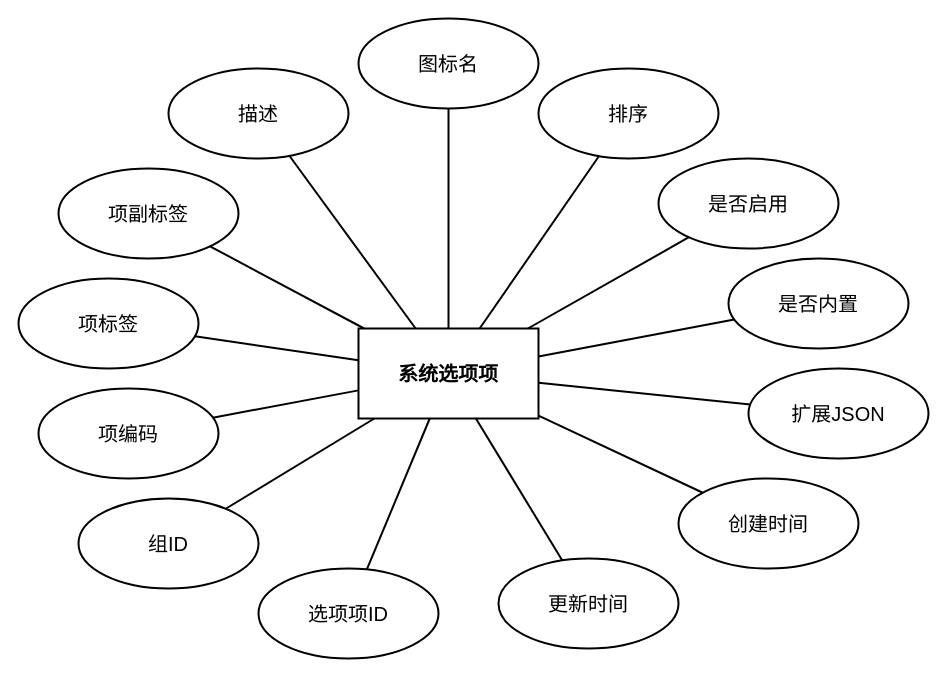
Above: DOCS/architecture-diagrams/sources/实体图/system_option_items/system_option_items_entity.drawio in 612cs/TrailQuest (draw.io), before the change. Source tidied: cells renumbered, new cells numbered last; positions are measured from the earlier drawing's top-left corner, leaving out a move shared by most shapes. Both pictures are drawn from the tidied source at 100%, with x=0, y=0 at pixel (18, 18).
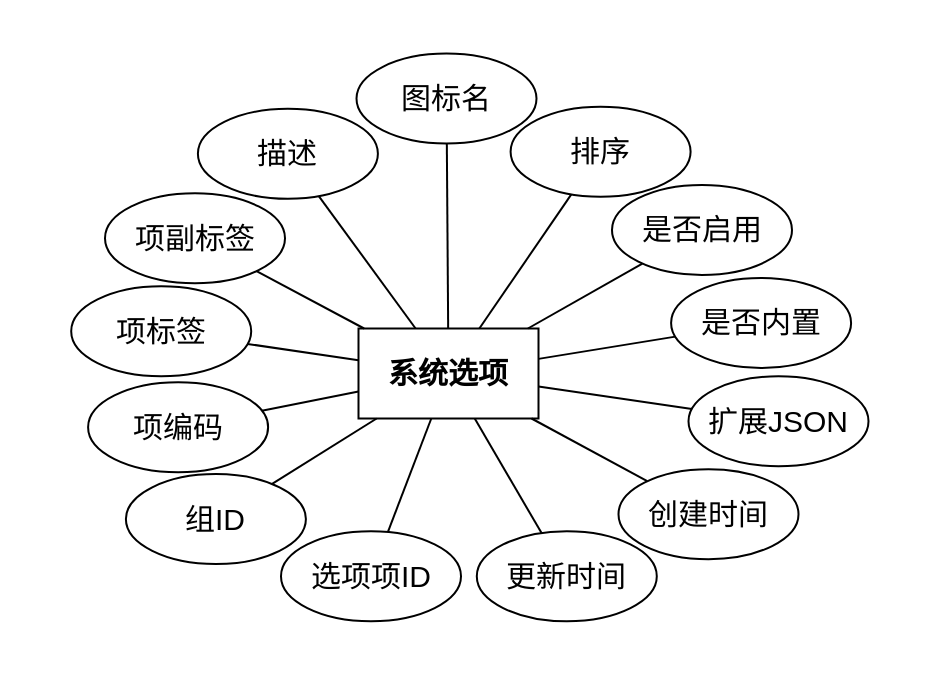
The same diagram, later.

What changed in the source:
```diff
@@
-    <mxCell id="2" value="系统选项项" style="rounded=0;whiteSpace=wrap;html=1;fillColor=none;strokeColor=#000000;fontColor=#000000;fontFamily=Arial;fontSize=20;fontStyle=1;align=center;verticalAlign=middle;strokeWidth=2;gradientColor=none;shadow=0;glass=0;" parent="1" vertex="1">
+    <mxCell id="2" value="系统选项" style="rounded=0;whiteSpace=wrap;html=1;fillColor=none;strokeColor=#000000;fontColor=#000000;fontFamily=Arial;fontSize=30;fontStyle=1;align=center;verticalAlign=middle;strokeWidth=2;gradientColor=none;shadow=0;glass=0;" parent="1" vertex="1">
       <mxGeometry x="340" y="310" width="180" height="90" as="geometry" />
     </mxCell>
-    <mxCell id="3" value="选项项ID" style="ellipse;whiteSpace=wrap;html=1;fillColor=none;strokeColor=#000000;fontColor=#000000;fontFamily=Arial;fontSize=20;align=center;verticalAlign=middle;strokeWidth=2;gradientColor=none;shadow=0;glass=0;" parent="1" vertex="1">
-      <mxGeometry x="240" y="550" width="180" height="90" as="geometry" />
+    <mxCell id="3" value="选项项ID" style="ellipse;whiteSpace=wrap;html=1;fillColor=none;strokeColor=#000000;fontColor=#000000;fontFamily=Arial;fontSize=30;align=center;verticalAlign=middle;strokeWidth=2;gradientColor=none;shadow=0;glass=0;" parent="1" vertex="1">
+      <mxGeometry x="262.5" y="512.8" width="180" height="90" as="geometry" />
     </mxCell>
-    <mxCell id="4" value="组ID" style="ellipse;whiteSpace=wrap;html=1;fillColor=none;strokeColor=#000000;fontColor=#000000;fontFamily=Arial;fontSize=20;align=center;verticalAlign=middle;strokeWidth=2;gradientColor=none;shadow=0;glass=0;" parent="1" vertex="1">
-      <mxGeometry x="60" y="480" width="180" height="90" as="geometry" />
+    <mxCell id="4" value="组ID" style="ellipse;whiteSpace=wrap;html=1;fillColor=none;strokeColor=#000000;fontColor=#000000;fontFamily=Arial;fontSize=30;align=center;verticalAlign=middle;strokeWidth=2;gradientColor=none;shadow=0;glass=0;" parent="1" vertex="1">
+      <mxGeometry x="107.4" y="455.6" width="180" height="90" as="geometry" />
     </mxCell>
-    <mxCell id="5" value="项编码" style="ellipse;whiteSpace=wrap;html=1;fillColor=none;strokeColor=#000000;fontColor=#000000;fontFamily=Arial;fontSize=20;align=center;verticalAlign=middle;strokeWidth=2;gradientColor=none;shadow=0;glass=0;" parent="1" vertex="1">
-      <mxGeometry x="20" y="370" width="180" height="90" as="geometry" />
+    <mxCell id="5" value="项编码" style="ellipse;whiteSpace=wrap;html=1;fillColor=none;strokeColor=#000000;fontColor=#000000;fontFamily=Arial;fontSize=30;align=center;verticalAlign=middle;strokeWidth=2;gradientColor=none;shadow=0;glass=0;" parent="1" vertex="1">
+      <mxGeometry x="69.6" y="363.7" width="180" height="90" as="geometry" />
     </mxCell>
-    <mxCell id="6" value="项标签" style="ellipse;whiteSpace=wrap;html=1;fillColor=none;strokeColor=#000000;fontColor=#000000;fontFamily=Arial;fontSize=20;align=center;verticalAlign=middle;strokeWidth=2;gradientColor=none;shadow=0;glass=0;" parent="1" vertex="1">
-      <mxGeometry y="260" width="180" height="90" as="geometry" />
+    <mxCell id="6" value="项标签" style="ellipse;whiteSpace=wrap;html=1;fillColor=none;strokeColor=#000000;fontColor=#000000;fontFamily=Arial;fontSize=30;align=center;verticalAlign=middle;strokeWidth=2;gradientColor=none;shadow=0;glass=0;" parent="1" vertex="1">
+      <mxGeometry x="52.7" y="267.8" width="180" height="90" as="geometry" />
     </mxCell>
-    <mxCell id="7" value="项副标签" style="ellipse;whiteSpace=wrap;html=1;fillColor=none;strokeColor=#000000;fontColor=#000000;fontFamily=Arial;fontSize=20;align=center;verticalAlign=middle;strokeWidth=2;gradientColor=none;shadow=0;glass=0;" parent="1" vertex="1">
-      <mxGeometry x="40" y="150" width="180" height="90" as="geometry" />
+    <mxCell id="7" value="项副标签" style="ellipse;whiteSpace=wrap;html=1;fillColor=none;strokeColor=#000000;fontColor=#000000;fontFamily=Arial;fontSize=30;align=center;verticalAlign=middle;strokeWidth=2;gradientColor=none;shadow=0;glass=0;" parent="1" vertex="1">
+      <mxGeometry x="86.5" y="174.8" width="180" height="90" as="geometry" />
     </mxCell>
-    <mxCell id="8" value="描述" style="ellipse;whiteSpace=wrap;html=1;fillColor=none;strokeColor=#000000;fontColor=#000000;fontFamily=Arial;fontSize=20;align=center;verticalAlign=middle;strokeWidth=2;gradientColor=none;shadow=0;glass=0;" parent="1" vertex="1">
-      <mxGeometry x="150" y="50" width="180" height="90" as="geometry" />
+    <mxCell id="8" value="描述" style="ellipse;whiteSpace=wrap;html=1;fillColor=none;strokeColor=#000000;fontColor=#000000;fontFamily=Arial;fontSize=30;align=center;verticalAlign=middle;strokeWidth=2;gradientColor=none;shadow=0;glass=0;" parent="1" vertex="1">
+      <mxGeometry x="179.4" y="90.3" width="180" height="90" as="geometry" />
     </mxCell>
-    <mxCell id="9" value="图标名" style="ellipse;whiteSpace=wrap;html=1;fillColor=none;strokeColor=#000000;fontColor=#000000;fontFamily=Arial;fontSize=20;align=center;verticalAlign=middle;strokeWidth=2;gradientColor=none;shadow=0;glass=0;" parent="1" vertex="1">
-      <mxGeometry x="340" width="180" height="90" as="geometry" />
+    <mxCell id="9" value="图标名" style="ellipse;whiteSpace=wrap;html=1;fillColor=none;strokeColor=#000000;fontColor=#000000;fontFamily=Arial;fontSize=30;align=center;verticalAlign=middle;strokeWidth=2;gradientColor=none;shadow=0;glass=0;" parent="1" vertex="1">
+      <mxGeometry x="338" y="35.1" width="180" height="90" as="geometry" />
     </mxCell>
-    <mxCell id="10" value="排序" style="ellipse;whiteSpace=wrap;html=1;fillColor=none;strokeColor=#000000;fontColor=#000000;fontFamily=Arial;fontSize=20;align=center;verticalAlign=middle;strokeWidth=2;gradientColor=none;shadow=0;glass=0;" parent="1" vertex="1">
-      <mxGeometry x="520" y="50" width="180" height="90" as="geometry" />
+    <mxCell id="10" value="排序" style="ellipse;whiteSpace=wrap;html=1;fillColor=none;strokeColor=#000000;fontColor=#000000;fontFamily=Arial;fontSize=30;align=center;verticalAlign=middle;strokeWidth=2;gradientColor=none;shadow=0;glass=0;" parent="1" vertex="1">
+      <mxGeometry x="492.1" y="88.3" width="180" height="90" as="geometry" />
     </mxCell>
-    <mxCell id="11" value="是否启用" style="ellipse;whiteSpace=wrap;html=1;fillColor=none;strokeColor=#000000;fontColor=#000000;fontFamily=Arial;fontSize=20;align=center;verticalAlign=middle;strokeWidth=2;gradientColor=none;shadow=0;glass=0;" parent="1" vertex="1">
-      <mxGeometry x="640" y="140" width="180" height="90" as="geometry" />
+    <mxCell id="11" value="是否启用" style="ellipse;whiteSpace=wrap;html=1;fillColor=none;strokeColor=#000000;fontColor=#000000;fontFamily=Arial;fontSize=30;align=center;verticalAlign=middle;strokeWidth=2;gradientColor=none;shadow=0;glass=0;" parent="1" vertex="1">
+      <mxGeometry x="593.5" y="166.4" width="180" height="90" as="geometry" />
     </mxCell>
-    <mxCell id="12" value="是否内置" style="ellipse;whiteSpace=wrap;html=1;fillColor=none;strokeColor=#000000;fontColor=#000000;fontFamily=Arial;fontSize=20;align=center;verticalAlign=middle;strokeWidth=2;gradientColor=none;shadow=0;glass=0;" parent="1" vertex="1">
-      <mxGeometry x="710" y="240" width="180" height="90" as="geometry" />
+    <mxCell id="12" value="是否内置" style="ellipse;whiteSpace=wrap;html=1;fillColor=none;strokeColor=#000000;fontColor=#000000;fontFamily=Arial;fontSize=30;align=center;verticalAlign=middle;strokeWidth=2;gradientColor=none;shadow=0;glass=0;" parent="1" vertex="1">
+      <mxGeometry x="652.6" y="259.4" width="180" height="90" as="geometry" />
     </mxCell>
-    <mxCell id="13" value="扩展JSON" style="ellipse;whiteSpace=wrap;html=1;fillColor=none;strokeColor=#000000;fontColor=#000000;fontFamily=Arial;fontSize=20;align=center;verticalAlign=middle;strokeWidth=2;gradientColor=none;shadow=0;glass=0;" parent="1" vertex="1">
-      <mxGeometry x="730" y="350" width="180" height="90" as="geometry" />
+    <mxCell id="13" value="扩展JSON" style="ellipse;whiteSpace=wrap;html=1;fillColor=none;strokeColor=#000000;fontColor=#000000;fontFamily=Arial;fontSize=30;align=center;verticalAlign=middle;strokeWidth=2;gradientColor=none;shadow=0;glass=0;" parent="1" vertex="1">
+      <mxGeometry x="670" y="357.8" width="180" height="90" as="geometry" />
     </mxCell>
-    <mxCell id="14" value="创建时间" style="ellipse;whiteSpace=wrap;html=1;fillColor=none;strokeColor=#000000;fontColor=#000000;fontFamily=Arial;fontSize=20;align=center;verticalAlign=middle;strokeWidth=2;gradientColor=none;shadow=0;glass=0;" parent="1" vertex="1">
-      <mxGeometry x="660" y="460" width="180" height="90" as="geometry" />
+    <mxCell id="14" value="创建时间" style="ellipse;whiteSpace=wrap;html=1;fillColor=none;strokeColor=#000000;fontColor=#000000;fontFamily=Arial;fontSize=30;align=center;verticalAlign=middle;strokeWidth=2;gradientColor=none;shadow=0;glass=0;" parent="1" vertex="1">
+      <mxGeometry x="600" y="450.7" width="180" height="90" as="geometry" />
     </mxCell>
-    <mxCell id="15" value="更新时间" style="ellipse;whiteSpace=wrap;html=1;fillColor=none;strokeColor=#000000;fontColor=#000000;fontFamily=Arial;fontSize=20;align=center;verticalAlign=middle;strokeWidth=2;gradientColor=none;shadow=0;glass=0;" parent="1" vertex="1">
-      <mxGeometry x="480" y="540" width="180" height="90" as="geometry" />
+    <mxCell id="15" value="更新时间" style="ellipse;whiteSpace=wrap;html=1;fillColor=none;strokeColor=#000000;fontColor=#000000;fontFamily=Arial;fontSize=30;align=center;verticalAlign=middle;strokeWidth=2;gradientColor=none;shadow=0;glass=0;" parent="1" vertex="1">
+      <mxGeometry x="458.3" y="512.8" width="180" height="90" as="geometry" />
     </mxCell>
-    <mxCell id="16" style="endArrow=none;html=1;rounded=0;strokeColor=#000000;strokeWidth=2;" parent="1" edge="1" source="2" target="3">
+    <mxCell id="16" style="endArrow=none;html=1;rounded=0;strokeColor=#000000;strokeWidth=2;fontSize=30;" parent="1" edge="1" source="2" target="3">
       <mxGeometry relative="1" as="geometry" />
     </mxCell>
-    <mxCell id="17" style="endArrow=none;html=1;rounded=0;strokeColor=#000000;strokeWidth=2;" parent="1" edge="1" source="2" target="4">
+    <mxCell id="17" style="endArrow=none;html=1;rounded=0;strokeColor=#000000;strokeWidth=2;fontSize=30;" parent="1" edge="1" source="2" target="4">
       <mxGeometry relative="1" as="geometry" />
     </mxCell>
-    <mxCell id="18" style="endArrow=none;html=1;rounded=0;strokeColor=#000000;strokeWidth=2;" parent="1" edge="1" source="2" target="5">
+    <mxCell id="18" style="endArrow=none;html=1;rounded=0;strokeColor=#000000;strokeWidth=2;fontSize=30;" parent="1" edge="1" source="2" target="5">
       <mxGeometry relative="1" as="geometry" />
     </mxCell>
-    <mxCell id="19" style="endArrow=none;html=1;rounded=0;strokeColor=#000000;strokeWidth=2;" parent="1" edge="1" source="2" target="6">
+    <mxCell id="19" style="endArrow=none;html=1;rounded=0;strokeColor=#000000;strokeWidth=2;fontSize=30;" parent="1" edge="1" source="2" target="6">
       <mxGeometry relative="1" as="geometry" />
     </mxCell>
-    <mxCell id="20" style="endArrow=none;html=1;rounded=0;strokeColor=#000000;strokeWidth=2;" parent="1" edge="1" source="2" target="7">
+    <mxCell id="20" style="endArrow=none;html=1;rounded=0;strokeColor=#000000;strokeWidth=2;fontSize=30;" parent="1" edge="1" source="2" target="7">
       <mxGeometry relative="1" as="geometry" />
     </mxCell>
-    <mxCell id="21" style="endArrow=none;html=1;rounded=0;strokeColor=#000000;strokeWidth=2;" parent="1" edge="1" source="2" target="8">
+    <mxCell id="21" style="endArrow=none;html=1;rounded=0;strokeColor=#000000;strokeWidth=2;fontSize=30;" parent="1" edge="1" source="2" target="8">
       <mxGeometry relative="1" as="geometry" />
     </mxCell>
-    <mxCell id="22" style="endArrow=none;html=1;rounded=0;strokeColor=#000000;strokeWidth=2;" parent="1" edge="1" source="2" target="9">
+    <mxCell id="22" style="endArrow=none;html=1;rounded=0;strokeColor=#000000;strokeWidth=2;fontSize=30;" parent="1" edge="1" source="2" target="9">
       <mxGeometry relative="1" as="geometry" />
     </mxCell>
-    <mxCell id="23" style="endArrow=none;html=1;rounded=0;strokeColor=#000000;strokeWidth=2;" parent="1" edge="1" source="2" target="10">
+    <mxCell id="23" style="endArrow=none;html=1;rounded=0;strokeColor=#000000;strokeWidth=2;fontSize=30;" parent="1" edge="1" source="2" target="10">
       <mxGeometry relative="1" as="geometry" />
     </mxCell>
-    <mxCell id="24" style="endArrow=none;html=1;rounded=0;strokeColor=#000000;strokeWidth=2;" parent="1" edge="1" source="2" target="11">
+    <mxCell id="24" style="endArrow=none;html=1;rounded=0;strokeColor=#000000;strokeWidth=2;fontSize=30;" parent="1" edge="1" source="2" target="11">
       <mxGeometry relative="1" as="geometry" />
     </mxCell>
-    <mxCell id="25" style="endArrow=none;html=1;rounded=0;strokeColor=#000000;strokeWidth=2;" parent="1" edge="1" source="2" target="12">
+    <mxCell id="25" style="endArrow=none;html=1;rounded=0;strokeColor=#000000;strokeWidth=2;fontSize=30;" parent="1" edge="1" source="2" target="12">
       <mxGeometry relative="1" as="geometry" />
     </mxCell>
-    <mxCell id="26" style="endArrow=none;html=1;rounded=0;strokeColor=#000000;strokeWidth=2;" parent="1" edge="1" source="2" target="13">
+    <mxCell id="26" style="endArrow=none;html=1;rounded=0;strokeColor=#000000;strokeWidth=2;fontSize=30;" parent="1" edge="1" source="2" target="13">
       <mxGeometry relative="1" as="geometry" />
     </mxCell>
-    <mxCell id="27" style="endArrow=none;html=1;rounded=0;strokeColor=#000000;strokeWidth=2;" parent="1" edge="1" source="2" target="14">
+    <mxCell id="27" style="endArrow=none;html=1;rounded=0;strokeColor=#000000;strokeWidth=2;fontSize=30;" parent="1" edge="1" source="2" target="14">
       <mxGeometry relative="1" as="geometry" />
     </mxCell>
-    <mxCell id="28" style="endArrow=none;html=1;rounded=0;strokeColor=#000000;strokeWidth=2;" parent="1" edge="1" source="2" target="15">
+    <mxCell id="28" style="endArrow=none;html=1;rounded=0;strokeColor=#000000;strokeWidth=2;fontSize=30;" parent="1" edge="1" source="2" target="15">
       <mxGeometry relative="1" as="geometry" />
     </mxCell>
```
